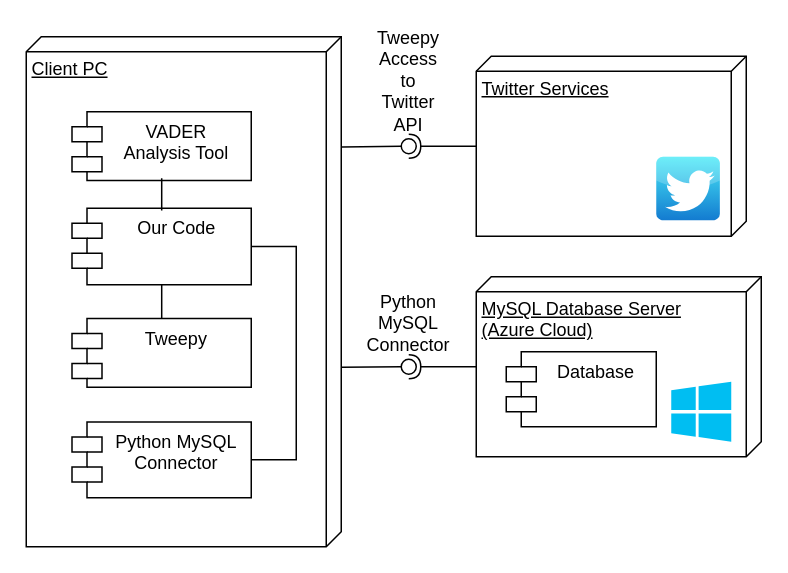
Above: page "Page-1" (1 of 2) of uml/Hardware Mapping.drawio in agarcia169/4306-Donaldson-Project (draw.io), before the change. Source tidied: cells renumbered, new cells numbered last; positions are measured from the earlier drawing's top-left corner, leaving out a move shared by most shapes. Both pictures are drawn from the tidied source at 150%, with x=0, y=0 at pixel (26, 36).
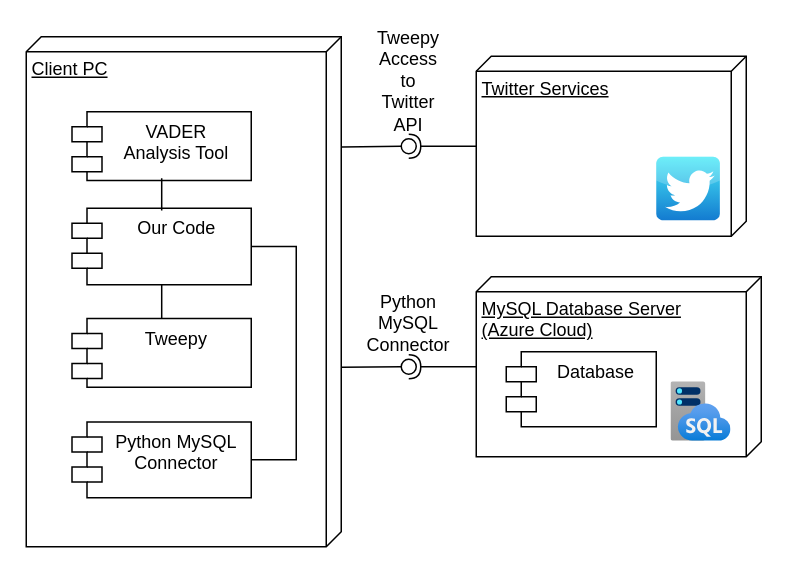
The same page after the edit.

Unchanged cells that the change refers to:
```xml
<mxCell id="9" style="group;" parent="1" vertex="1">
  <mxGeometry x="300" y="160" width="190" height="120" as="geometry" />
</mxCell>
```

Diff of the diagram source:
```diff
@@
-    <mxCell id="12" style="verticalLabelPosition=bottom;html=1;verticalAlign=top;align=center;strokeColor=none;fillColor=#00BEF2;shape=mxgraph.azure.azure_instance;" parent="9" vertex="1">
+    <mxCell id="12" style="html=1;align=center;image;fontSize=12;image=img/lib/azure2/databases/SQL_Managed_Instance.svg;fontFamily=Helvetica;fontColor=default;strokeColor=none;fillColor=#00BEF2;" parent="9" vertex="1">
       <mxGeometry x="130" y="70" width="40" height="40" as="geometry" />
     </mxCell>
```
